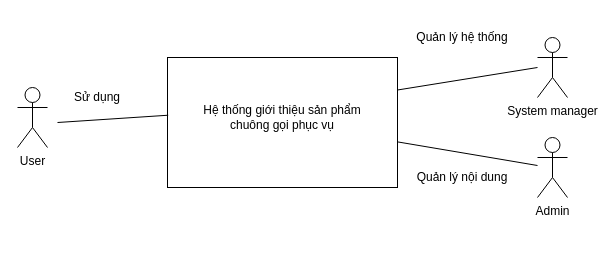
This is overviewDiagram.drawio from hoangminh15/PTTKHT, a draw.io file, before an edit. Source tidied: cells renumbered, new cells numbered last; positions are measured from the earlier drawing's top-left corner, leaving out a move shared by most shapes. Both pictures are drawn from the tidied source at 100%, with x=0, y=0 at pixel (17, 27).
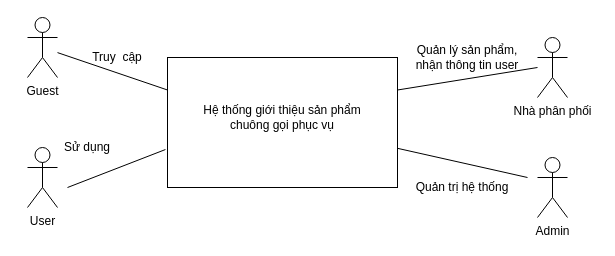
The same page after the edit.

Change to the diagram source:
```diff
@@
 <mxGraphModel>
   <root>
     <mxCell id="0" />
     <mxCell id="1" parent="0" />
     <mxCell id="2" style="rounded=0;whiteSpace=wrap;html=1;" parent="1" vertex="1">
       <mxGeometry x="150" y="30" width="230" height="130" as="geometry" />
     </mxCell>
     <mxCell id="3" value="User" style="shape=umlActor;verticalLabelPosition=bottom;verticalAlign=top;html=1;" parent="1" vertex="1">
-      <mxGeometry y="60" width="30" height="60" as="geometry" />
+      <mxGeometry x="10" y="120" width="30" height="60" as="geometry" />
     </mxCell>
     <mxCell id="4" value="Hệ thống giới thiệu sản phẩm&lt;br&gt;chuông gọi phục vụ" style="text;html=1;strokeColor=none;fillColor=none;align=center;verticalAlign=middle;whiteSpace=wrap;rounded=0;" parent="1" vertex="1">
       <mxGeometry x="175" y="80" width="180" height="20" as="geometry" />
     </mxCell>
-    <mxCell id="5" value="System manager" style="shape=umlActor;verticalLabelPosition=bottom;verticalAlign=top;html=1;" parent="1" vertex="1">
+    <mxCell id="5" value="Nhà phân phối" style="shape=umlActor;verticalLabelPosition=bottom;verticalAlign=top;html=1;" parent="1" vertex="1">
       <mxGeometry x="520" y="10" width="30" height="60" as="geometry" />
     </mxCell>
-    <mxCell id="6" value="Quản lý hệ thống" style="text;html=1;strokeColor=none;fillColor=none;align=center;verticalAlign=middle;whiteSpace=wrap;rounded=0;" parent="1" vertex="1">
-      <mxGeometry x="390" width="110" height="20" as="geometry" />
+    <mxCell id="6" value="Quản lý sản phẩm,&lt;br&gt;nhận thông tin user" style="text;html=1;strokeColor=none;fillColor=none;align=center;verticalAlign=middle;whiteSpace=wrap;rounded=0;" parent="1" vertex="1">
+      <mxGeometry x="395" y="20" width="110" height="20" as="geometry" />
     </mxCell>
     <mxCell id="7" value="Admin&lt;br&gt;" style="shape=umlActor;verticalLabelPosition=bottom;verticalAlign=top;html=1;" parent="1" vertex="1">
-      <mxGeometry x="520" y="110" width="30" height="60" as="geometry" />
+      <mxGeometry x="520" y="130" width="30" height="60" as="geometry" />
     </mxCell>
     <mxCell id="8" style="endArrow=none;html=1;" parent="1" edge="1" source="2">
       <mxGeometry relative="1" as="geometry">
-        <mxPoint x="520" y="138" as="targetPoint" />
+        <mxPoint x="510" y="150" as="targetPoint" />
       </mxGeometry>
     </mxCell>
-    <mxCell id="9" value="Quản lý nội dung" style="text;html=1;strokeColor=none;fillColor=none;align=center;verticalAlign=middle;whiteSpace=wrap;rounded=0;" parent="1" vertex="1">
-      <mxGeometry x="395" y="140" width="100" height="20" as="geometry" />
+    <mxCell id="9" value="Quản trị hệ thống" style="text;html=1;strokeColor=none;fillColor=none;align=center;verticalAlign=middle;whiteSpace=wrap;rounded=0;" parent="1" vertex="1">
+      <mxGeometry x="395" y="150" width="100" height="20" as="geometry" />
     </mxCell>
-    <mxCell id="10" style="endArrow=none;html=1;entryX=0.003;entryY=0.444;entryDx=0;entryDy=0;entryPerimeter=0;" parent="1" edge="1" target="2">
+    <mxCell id="10" style="endArrow=none;html=1;entryX=-0.009;entryY=0.708;entryDx=0;entryDy=0;entryPerimeter=0;" parent="1" edge="1" target="2">
       <mxGeometry relative="1" as="geometry">
-        <mxPoint x="40" y="95" as="sourcePoint" />
+        <mxPoint x="50" y="160" as="sourcePoint" />
       </mxGeometry>
     </mxCell>
     <mxCell id="11" value="Sử dụng&lt;br&gt;" style="text;html=1;strokeColor=none;fillColor=none;align=center;verticalAlign=middle;whiteSpace=wrap;rounded=0;" parent="1" vertex="1">
-      <mxGeometry x="50" y="60" width="60" height="20" as="geometry" />
+      <mxGeometry x="40" y="110" width="60" height="20" as="geometry" />
     </mxCell>
     <mxCell id="12" style="endArrow=none;html=1;exitX=1;exitY=0.25;exitDx=0;exitDy=0;" parent="1" edge="1" source="2">
       <mxGeometry relative="1" as="geometry">
         <mxPoint x="520" y="40" as="targetPoint" />
       </mxGeometry>
     </mxCell>
+    <mxCell id="13" value="Guest" style="shape=umlActor;verticalLabelPosition=bottom;verticalAlign=top;html=1;outlineConnect=0;" parent="1" vertex="1">
+      <mxGeometry x="10" y="-10" width="30" height="60" as="geometry" />
+    </mxCell>
+    <mxCell id="14" style="endArrow=none;html=1;entryX=0;entryY=0.25;entryDx=0;entryDy=0;" parent="1" edge="1" source="13" target="2">
+      <mxGeometry relative="1" as="geometry" />
+    </mxCell>
+    <mxCell id="15" value="Truy&amp;nbsp; cập" style="text;html=1;strokeColor=none;fillColor=none;align=center;verticalAlign=middle;whiteSpace=wrap;rounded=0;" parent="1" vertex="1">
+      <mxGeometry x="60" y="20" width="80" height="20" as="geometry" />
+    </mxCell>
   </root>
 </mxGraphModel>
```
